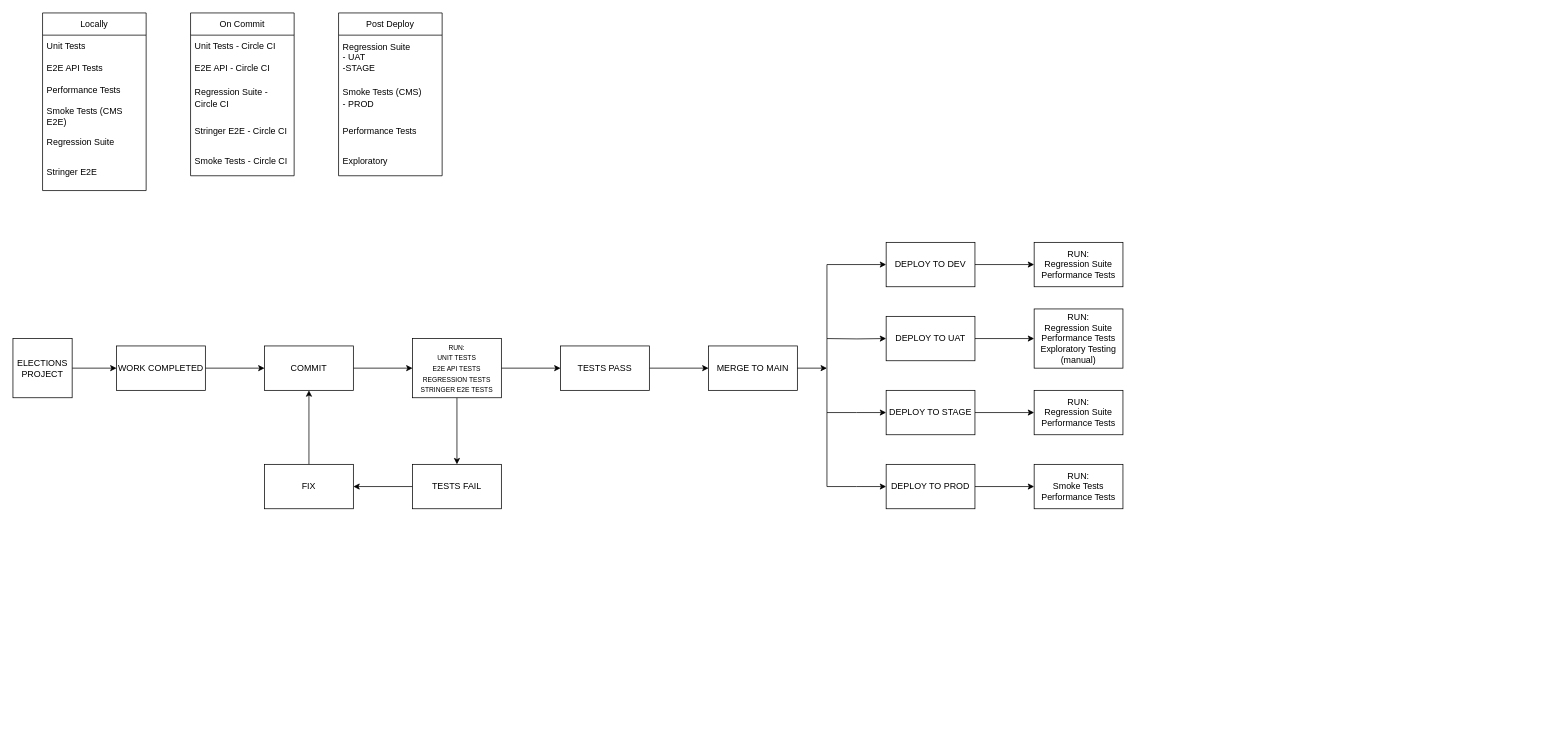
The draw.io diagram When do the tests run.drawio in EmmaHawkins/test_flows, before the edit. Source tidied: cells renumbered, new cells numbered last; positions are measured from the earlier drawing's top-left corner, leaving out a move shared by most shapes. Both pictures are drawn from the tidied source at 74%, with x=0, y=0 at pixel (13, 13).
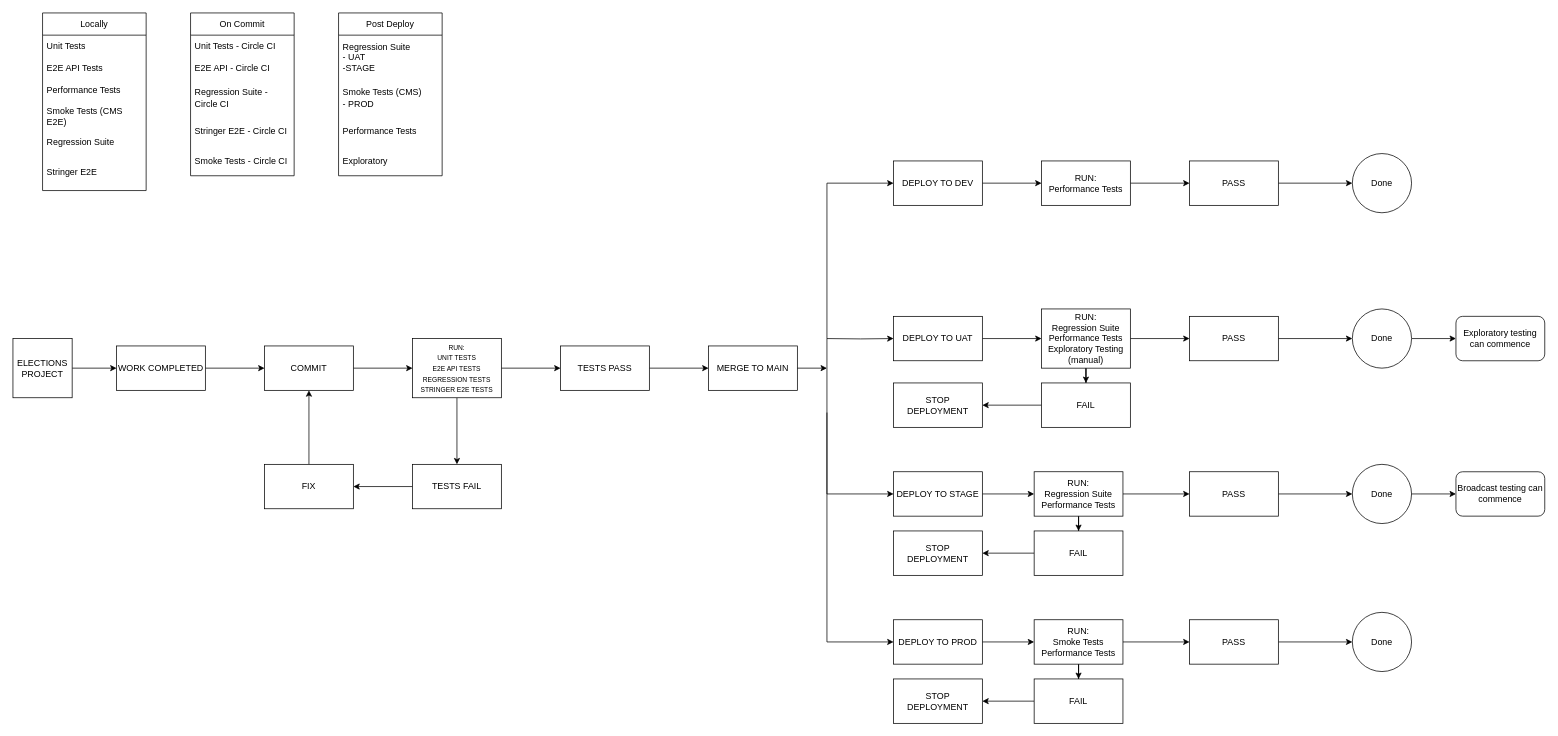
The same diagram, later.

The edit, as a diff of the source:
```diff
@@
     <mxCell id="38" value="DEPLOY TO UAT" style="whiteSpace=wrap;html=1;" parent="1" vertex="1">
-      <mxGeometry x="1180" y="410" width="120" height="60" as="geometry" />
+      <mxGeometry x="1190" y="410" width="120" height="60" as="geometry" />
     </mxCell>
@@
     <mxCell id="40" value="DEPLOY TO DEV" style="whiteSpace=wrap;html=1;" parent="1" vertex="1">
-      <mxGeometry x="1180" y="310" width="120" height="60" as="geometry" />
+      <mxGeometry x="1190" y="200" width="120" height="60" as="geometry" />
     </mxCell>
@@
     <mxCell id="42" value="DEPLOY TO STAGE" style="whiteSpace=wrap;html=1;" parent="1" vertex="1">
-      <mxGeometry x="1180" y="510" width="120" height="60" as="geometry" />
+      <mxGeometry x="1190" y="620" width="120" height="60" as="geometry" />
     </mxCell>
@@
     <mxCell id="44" value="DEPLOY TO PROD" style="whiteSpace=wrap;html=1;" parent="1" vertex="1">
-      <mxGeometry x="1180" y="610" width="120" height="60" as="geometry" />
+      <mxGeometry x="1190" y="820" width="120" height="60" as="geometry" />
     </mxCell>
     <mxCell id="45" style="endArrow=classic;html=1;rounded=0;entryX=0;entryY=0.5;entryDx=0;entryDy=0;exitX=1;exitY=0.5;exitDx=0;exitDy=0;" parent="1" edge="1" target="40">
       <mxGeometry relative="1" as="geometry">
         <mxPoint x="1100" y="440" as="sourcePoint" />
         <Array as="points">
-          <mxPoint x="1100" y="340" />
+          <mxPoint x="1100" y="230" />
         </Array>
       </mxGeometry>
     </mxCell>
     <mxCell id="46" style="endArrow=classic;html=1;rounded=0;entryX=0;entryY=0.5;entryDx=0;entryDy=0;exitX=1;exitY=0.5;exitDx=0;exitDy=0;" parent="1" edge="1" target="42">
       <mxGeometry relative="1" as="geometry">
         <mxPoint x="1100" y="440" as="sourcePoint" />
         <Array as="points">
-          <mxPoint x="1100" y="540" />
-          <mxPoint x="1140" y="540" />
+          <mxPoint x="1100" y="650" />
         </Array>
       </mxGeometry>
     </mxCell>
-    <mxCell id="47" style="endArrow=classic;html=1;rounded=0;entryX=0;entryY=0.5;entryDx=0;entryDy=0;exitX=1;exitY=0.5;exitDx=0;exitDy=0;" parent="1" edge="1">
+    <mxCell id="47" style="endArrow=classic;html=1;rounded=0;entryX=0;entryY=0.5;entryDx=0;entryDy=0;exitX=1;exitY=0.5;exitDx=0;exitDy=0;" parent="1" edge="1" target="44">
       <mxGeometry relative="1" as="geometry">
         <mxPoint x="1100" y="540" as="sourcePoint" />
-        <mxPoint x="1180" y="640" as="targetPoint" />
         <Array as="points">
-          <mxPoint x="1100" y="640" />
-          <mxPoint x="1140" y="640" />
+          <mxPoint x="1100" y="850" />
         </Array>
       </mxGeometry>
     </mxCell>
@@
+    <mxCell id="53" style="edgeStyle=orthogonalEdgeStyle;rounded=0;jettySize=auto;html=1;" parent="1" edge="1" source="49" target="76">
+      <mxGeometry relative="1" as="geometry" />
+    </mxCell>
-    <mxCell id="49" value="RUN:&lt;br style=&quot;border-color: var(--border-color);&quot;&gt;Regression Suite&lt;br style=&quot;border-color: var(--border-color);&quot;&gt;Performance Tests" style="whiteSpace=wrap;html=1;" parent="1" vertex="1">
-      <mxGeometry x="1380" y="310" width="120" height="60" as="geometry" />
+    <mxCell id="49" value="RUN:&lt;br style=&quot;border-color: var(--border-color);&quot;&gt;Performance Tests" style="whiteSpace=wrap;html=1;" parent="1" vertex="1">
+      <mxGeometry x="1390" y="200" width="120" height="60" as="geometry" />
     </mxCell>
+    <mxCell id="54" style="edgeStyle=orthogonalEdgeStyle;rounded=0;jettySize=auto;html=1;" parent="1" edge="1" source="50" target="61">
+      <mxGeometry relative="1" as="geometry" />
+    </mxCell>
+    <mxCell id="55" style="edgeStyle=orthogonalEdgeStyle;rounded=0;jettySize=auto;html=1;" parent="1" edge="1" source="50" target="74">
+      <mxGeometry relative="1" as="geometry" />
+    </mxCell>
     <mxCell id="50" value="RUN:&lt;br&gt;Regression Suite&lt;br&gt;Performance Tests&lt;br&gt;Exploratory Testing (manual)" style="whiteSpace=wrap;html=1;" parent="1" vertex="1">
-      <mxGeometry x="1380" y="400" width="120" height="80" as="geometry" />
+      <mxGeometry x="1390" y="400" width="120" height="80" as="geometry" />
     </mxCell>
+    <mxCell id="56" style="edgeStyle=orthogonalEdgeStyle;rounded=0;jettySize=auto;html=1;" parent="1" edge="1" source="51" target="67">
+      <mxGeometry relative="1" as="geometry" />
+    </mxCell>
+    <mxCell id="57" style="edgeStyle=orthogonalEdgeStyle;rounded=0;jettySize=auto;html=1;" parent="1" edge="1" source="51" target="72">
+      <mxGeometry relative="1" as="geometry" />
+    </mxCell>
     <mxCell id="51" value="RUN:&lt;br style=&quot;border-color: var(--border-color);&quot;&gt;Regression Suite&lt;br style=&quot;border-color: var(--border-color);&quot;&gt;Performance Tests" style="whiteSpace=wrap;html=1;" parent="1" vertex="1">
-      <mxGeometry x="1380" y="510" width="120" height="60" as="geometry" />
+      <mxGeometry x="1380" y="620" width="120" height="60" as="geometry" />
     </mxCell>
+    <mxCell id="58" style="edgeStyle=orthogonalEdgeStyle;rounded=0;jettySize=auto;html=1;" parent="1" edge="1" source="52" target="64">
+      <mxGeometry relative="1" as="geometry" />
+    </mxCell>
+    <mxCell id="59" style="edgeStyle=orthogonalEdgeStyle;rounded=0;jettySize=auto;html=1;" parent="1" edge="1" source="52" target="70">
+      <mxGeometry relative="1" as="geometry" />
+    </mxCell>
     <mxCell id="52" value="RUN:&lt;br style=&quot;border-color: var(--border-color);&quot;&gt;Smoke Tests&lt;br style=&quot;border-color: var(--border-color);&quot;&gt;Performance Tests" style="whiteSpace=wrap;html=1;" parent="1" vertex="1">
-      <mxGeometry x="1380" y="610" width="120" height="60" as="geometry" />
+      <mxGeometry x="1380" y="820" width="120" height="60" as="geometry" />
     </mxCell>
+    <mxCell id="60" style="edgeStyle=orthogonalEdgeStyle;rounded=0;jettySize=auto;html=1;" parent="1" edge="1" source="61" target="62">
+      <mxGeometry relative="1" as="geometry" />
+    </mxCell>
+    <mxCell id="61" value="FAIL" style="whiteSpace=wrap;html=1;" parent="1" vertex="1">
+      <mxGeometry x="1390" y="500" width="120" height="60" as="geometry" />
+    </mxCell>
+    <mxCell id="62" value="STOP DEPLOYMENT" style="whiteSpace=wrap;html=1;" parent="1" vertex="1">
+      <mxGeometry x="1190" y="500" width="120" height="60" as="geometry" />
+    </mxCell>
+    <mxCell id="63" style="edgeStyle=orthogonalEdgeStyle;rounded=0;jettySize=auto;html=1;" parent="1" edge="1" source="64" target="65">
+      <mxGeometry relative="1" as="geometry" />
+    </mxCell>
+    <mxCell id="64" value="FAIL" style="whiteSpace=wrap;html=1;" parent="1" vertex="1">
+      <mxGeometry x="1380" y="900" width="120" height="60" as="geometry" />
+    </mxCell>
+    <mxCell id="65" value="STOP DEPLOYMENT" style="whiteSpace=wrap;html=1;" parent="1" vertex="1">
+      <mxGeometry x="1190" y="900" width="120" height="60" as="geometry" />
+    </mxCell>
+    <mxCell id="66" style="edgeStyle=orthogonalEdgeStyle;rounded=0;jettySize=auto;html=1;" parent="1" edge="1" source="67" target="68">
+      <mxGeometry relative="1" as="geometry" />
+    </mxCell>
+    <mxCell id="67" value="FAIL" style="whiteSpace=wrap;html=1;" parent="1" vertex="1">
+      <mxGeometry x="1380" y="700" width="120" height="60" as="geometry" />
+    </mxCell>
+    <mxCell id="68" value="STOP DEPLOYMENT" style="whiteSpace=wrap;html=1;" parent="1" vertex="1">
+      <mxGeometry x="1190" y="700" width="120" height="60" as="geometry" />
+    </mxCell>
+    <mxCell id="69" style="edgeStyle=orthogonalEdgeStyle;rounded=0;jettySize=auto;html=1;" parent="1" edge="1" source="70" target="82">
+      <mxGeometry relative="1" as="geometry" />
+    </mxCell>
+    <mxCell id="70" value="PASS" style="whiteSpace=wrap;html=1;" parent="1" vertex="1">
+      <mxGeometry x="1590" y="820" width="120" height="60" as="geometry" />
+    </mxCell>
+    <mxCell id="71" style="edgeStyle=orthogonalEdgeStyle;rounded=0;jettySize=auto;html=1;" parent="1" edge="1" source="72" target="81">
+      <mxGeometry relative="1" as="geometry" />
+    </mxCell>
+    <mxCell id="72" value="PASS" style="whiteSpace=wrap;html=1;" parent="1" vertex="1">
+      <mxGeometry x="1590" y="620" width="120" height="60" as="geometry" />
+    </mxCell>
+    <mxCell id="73" style="edgeStyle=orthogonalEdgeStyle;rounded=0;jettySize=auto;html=1;" parent="1" edge="1" source="74" target="79">
+      <mxGeometry relative="1" as="geometry" />
+    </mxCell>
+    <mxCell id="74" value="PASS" style="whiteSpace=wrap;html=1;" parent="1" vertex="1">
+      <mxGeometry x="1590" y="410" width="120" height="60" as="geometry" />
+    </mxCell>
+    <mxCell id="75" style="edgeStyle=orthogonalEdgeStyle;rounded=0;jettySize=auto;html=1;" parent="1" edge="1" source="76" target="77">
+      <mxGeometry relative="1" as="geometry" />
+    </mxCell>
+    <mxCell id="76" value="PASS" style="whiteSpace=wrap;html=1;" parent="1" vertex="1">
+      <mxGeometry x="1590" y="200" width="120" height="60" as="geometry" />
+    </mxCell>
+    <mxCell id="77" value="Done" style="ellipse;whiteSpace=wrap;html=1;" parent="1" vertex="1">
+      <mxGeometry x="1810" y="190" width="80" height="80" as="geometry" />
+    </mxCell>
+    <mxCell id="78" style="edgeStyle=orthogonalEdgeStyle;rounded=0;jettySize=auto;html=1;" parent="1" edge="1" source="79" target="83">
+      <mxGeometry relative="1" as="geometry" />
+    </mxCell>
+    <mxCell id="79" value="Done" style="ellipse;whiteSpace=wrap;html=1;" parent="1" vertex="1">
+      <mxGeometry x="1810" y="400" width="80" height="80" as="geometry" />
+    </mxCell>
+    <mxCell id="80" style="edgeStyle=orthogonalEdgeStyle;rounded=0;jettySize=auto;html=1;" parent="1" edge="1" source="81" target="84">
+      <mxGeometry relative="1" as="geometry" />
+    </mxCell>
+    <mxCell id="81" value="Done" style="ellipse;whiteSpace=wrap;html=1;" parent="1" vertex="1">
+      <mxGeometry x="1810" y="610" width="80" height="80" as="geometry" />
+    </mxCell>
+    <mxCell id="82" value="Done" style="ellipse;whiteSpace=wrap;html=1;" parent="1" vertex="1">
+      <mxGeometry x="1810" y="810" width="80" height="80" as="geometry" />
+    </mxCell>
+    <mxCell id="83" value="Exploratory testing can commence" style="rounded=1;whiteSpace=wrap;html=1;" parent="1" vertex="1">
+      <mxGeometry x="1950" y="410" width="120" height="60" as="geometry" />
+    </mxCell>
+    <mxCell id="84" value="Broadcast testing can commence" style="rounded=1;whiteSpace=wrap;html=1;" parent="1" vertex="1">
+      <mxGeometry x="1950" y="620" width="120" height="60" as="geometry" />
+    </mxCell>
```
